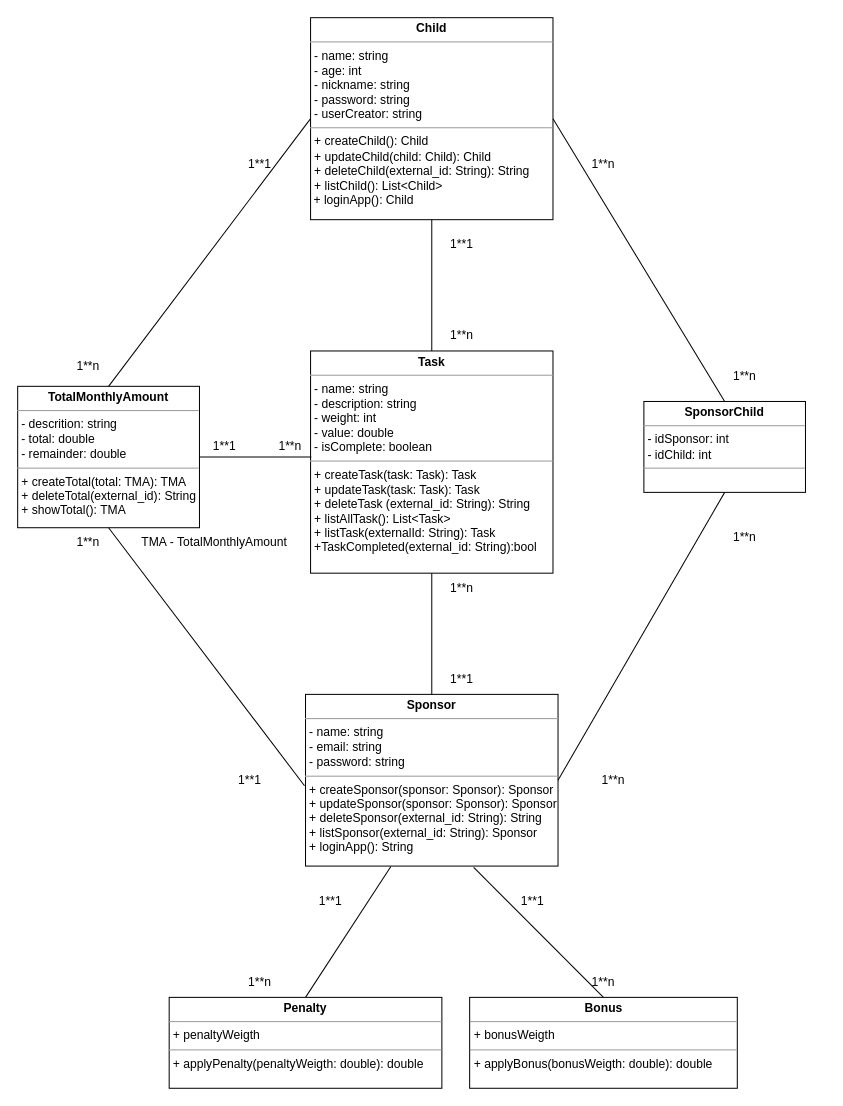
The draw.io diagram diagrama-de-classes/diagrama-de-classes.drawio in Matheus-Juliao/Projeto-Modelagem-De-Sistemas, before the edit. Source tidied: cells renumbered, new cells numbered last; positions are measured from the earlier drawing's top-left corner, leaving out a move shared by most shapes. Both pictures are drawn from the tidied source at 101%, with x=0, y=0 at pixel (17, 17).
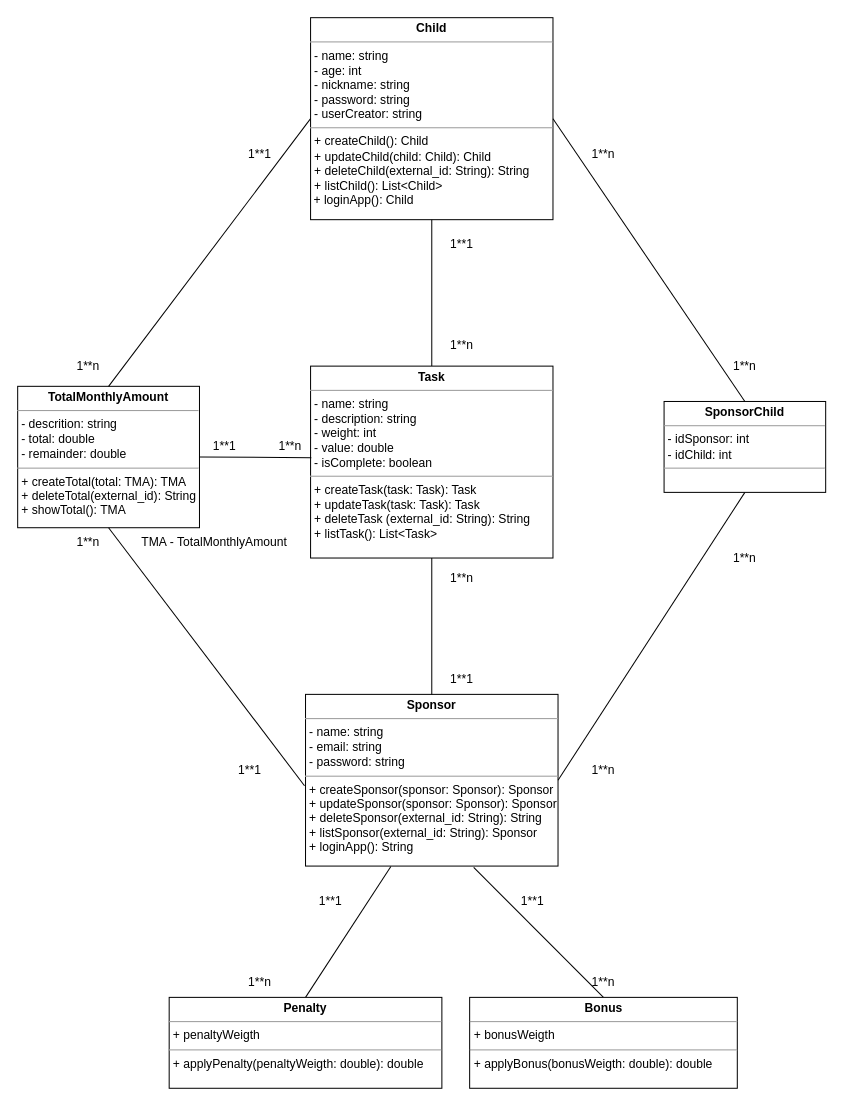
After the change.

Commit message (it also covers changes not shown here):
Completion of task CRUD

Change to the diagram source:
```diff
@@
-    <mxCell id="4" value="&lt;p style=&quot;margin:0px;margin-top:4px;text-align:center;&quot;&gt;&lt;b&gt;Task&lt;/b&gt;&lt;/p&gt;&lt;hr size=&quot;1&quot;&gt;&lt;p style=&quot;margin:0px;margin-left:4px;&quot;&gt;- name: string&lt;/p&gt;&lt;p style=&quot;margin:0px;margin-left:4px;&quot;&gt;- description: string&lt;span style=&quot;background-color: initial;&quot;&gt;&lt;br&gt;&lt;/span&gt;&lt;/p&gt;&lt;p style=&quot;margin:0px;margin-left:4px;&quot;&gt;&lt;span style=&quot;background-color: initial;&quot;&gt;- weight: int&lt;/span&gt;&lt;/p&gt;&lt;p style=&quot;margin:0px;margin-left:4px;&quot;&gt;&lt;span style=&quot;background-color: initial;&quot;&gt;- value: double&lt;/span&gt;&lt;/p&gt;&lt;p style=&quot;margin:0px;margin-left:4px;&quot;&gt;- isComplete: boolean&lt;/p&gt;&lt;hr style=&quot;border-color: var(--border-color);&quot; size=&quot;1&quot;&gt;&lt;p style=&quot;border-color: var(--border-color); margin: 0px 0px 0px 4px;&quot;&gt;+ createTask(task: Task): Task&lt;/p&gt;&lt;p style=&quot;border-color: var(--border-color); margin: 0px 0px 0px 4px;&quot;&gt;+ updateTask(task: Task): Task&lt;/p&gt;&lt;p style=&quot;border-color: var(--border-color); margin: 0px 0px 0px 4px;&quot;&gt;+ deleteTask (external_id: String): String&lt;/p&gt;&lt;p style=&quot;border-color: var(--border-color); margin: 0px 0px 0px 4px;&quot;&gt;+ listAllTask(): List&amp;lt;Task&amp;gt;&lt;/p&gt;&lt;p style=&quot;border-color: var(--border-color); margin: 0px 0px 0px 4px;&quot;&gt;+ listTask(externalId: String): Task&lt;/p&gt;&lt;p style=&quot;border-color: var(--border-color); margin: 0px 0px 0px 4px;&quot;&gt;+TaskCompleted(external_id: String):bool&lt;/p&gt;" style="verticalAlign=top;align=left;overflow=fill;fontSize=12;fontFamily=Helvetica;html=1;whiteSpace=wrap;" parent="1" vertex="1">
-      <mxGeometry x="290" y="330" width="240" height="220" as="geometry" />
+    <mxCell id="4" value="&lt;p style=&quot;margin:0px;margin-top:4px;text-align:center;&quot;&gt;&lt;b&gt;Task&lt;/b&gt;&lt;/p&gt;&lt;hr size=&quot;1&quot;&gt;&lt;p style=&quot;margin:0px;margin-left:4px;&quot;&gt;- name: string&lt;/p&gt;&lt;p style=&quot;margin:0px;margin-left:4px;&quot;&gt;- description: string&lt;span style=&quot;background-color: initial;&quot;&gt;&lt;br&gt;&lt;/span&gt;&lt;/p&gt;&lt;p style=&quot;margin:0px;margin-left:4px;&quot;&gt;&lt;span style=&quot;background-color: initial;&quot;&gt;- weight: int&lt;/span&gt;&lt;/p&gt;&lt;p style=&quot;margin:0px;margin-left:4px;&quot;&gt;&lt;span style=&quot;background-color: initial;&quot;&gt;- value: double&lt;/span&gt;&lt;/p&gt;&lt;p style=&quot;margin:0px;margin-left:4px;&quot;&gt;- isComplete: boolean&lt;/p&gt;&lt;hr style=&quot;border-color: var(--border-color);&quot; size=&quot;1&quot;&gt;&lt;p style=&quot;border-color: var(--border-color); margin: 0px 0px 0px 4px;&quot;&gt;+ createTask(task: Task): Task&lt;/p&gt;&lt;p style=&quot;border-color: var(--border-color); margin: 0px 0px 0px 4px;&quot;&gt;+ updateTask(task: Task): Task&lt;/p&gt;&lt;p style=&quot;border-color: var(--border-color); margin: 0px 0px 0px 4px;&quot;&gt;+ deleteTask (external_id: String): String&lt;/p&gt;&lt;p style=&quot;border-color: var(--border-color); margin: 0px 0px 0px 4px;&quot;&gt;+ listTask(): List&amp;lt;Task&amp;gt;&lt;/p&gt;" style="verticalAlign=top;align=left;overflow=fill;fontSize=12;fontFamily=Helvetica;html=1;whiteSpace=wrap;" parent="1" vertex="1">
+      <mxGeometry x="290" y="345" width="240" height="190" as="geometry" />
     </mxCell>
@@
     <mxCell id="7" value="&lt;p style=&quot;margin:0px;margin-top:4px;text-align:center;&quot;&gt;&lt;b&gt;SponsorChild&lt;/b&gt;&lt;/p&gt;&lt;hr size=&quot;1&quot;&gt;&lt;p style=&quot;margin:0px;margin-left:4px;&quot;&gt;&lt;span style=&quot;background-color: initial;&quot;&gt;- idSponsor: int&lt;/span&gt;&lt;br&gt;&lt;/p&gt;&lt;p style=&quot;margin:0px;margin-left:4px;&quot;&gt;- idChild: int&lt;/p&gt;&lt;hr size=&quot;1&quot;&gt;&lt;p style=&quot;margin:0px;margin-left:4px;&quot;&gt;&lt;br&gt;&lt;/p&gt;" style="verticalAlign=top;align=left;overflow=fill;fontSize=12;fontFamily=Helvetica;html=1;whiteSpace=wrap;" parent="1" vertex="1">
-      <mxGeometry x="620" y="380" width="160" height="90" as="geometry" />
+      <mxGeometry x="640" y="380" width="160" height="90" as="geometry" />
     </mxCell>
@@
     <mxCell id="12" value="1**n" style="text;html=1;strokeColor=none;fillColor=none;align=center;verticalAlign=middle;whiteSpace=wrap;rounded=0;" parent="1" vertex="1">
-      <mxGeometry x="410" y="300" width="60" height="30" as="geometry" />
+      <mxGeometry x="410" y="310" width="60" height="30" as="geometry" />
     </mxCell>
@@
     <mxCell id="14" value="1**n" style="text;html=1;strokeColor=none;fillColor=none;align=center;verticalAlign=middle;whiteSpace=wrap;rounded=0;" parent="1" vertex="1">
-      <mxGeometry x="410" y="550" width="60" height="30" as="geometry" />
+      <mxGeometry x="410" y="540" width="60" height="30" as="geometry" />
     </mxCell>
@@
     <mxCell id="16" value="1**n" style="text;html=1;strokeColor=none;fillColor=none;align=center;verticalAlign=middle;whiteSpace=wrap;rounded=0;" parent="1" vertex="1">
-      <mxGeometry x="550" y="130" width="60" height="30" as="geometry" />
+      <mxGeometry x="550" y="120" width="60" height="30" as="geometry" />
     </mxCell>
     <mxCell id="17" value="1**n" style="text;html=1;strokeColor=none;fillColor=none;align=center;verticalAlign=middle;whiteSpace=wrap;rounded=0;" parent="1" vertex="1">
-      <mxGeometry x="560" y="740" width="60" height="30" as="geometry" />
+      <mxGeometry x="550" y="730" width="60" height="30" as="geometry" />
     </mxCell>
@@
     <mxCell id="27" value="1**1" style="text;html=1;strokeColor=none;fillColor=none;align=center;verticalAlign=middle;whiteSpace=wrap;rounded=0;" parent="1" vertex="1">
-      <mxGeometry x="210" y="130" width="60" height="30" as="geometry" />
+      <mxGeometry x="210" y="120" width="60" height="30" as="geometry" />
     </mxCell>
@@
     <mxCell id="29" value="1**1" style="text;html=1;strokeColor=none;fillColor=none;align=center;verticalAlign=middle;whiteSpace=wrap;rounded=0;" parent="1" vertex="1">
-      <mxGeometry x="200" y="740" width="60" height="30" as="geometry" />
+      <mxGeometry x="200" y="730" width="60" height="30" as="geometry" />
     </mxCell>
@@
     <mxCell id="31" value="1**n" style="text;html=1;strokeColor=none;fillColor=none;align=center;verticalAlign=middle;whiteSpace=wrap;rounded=0;" parent="1" vertex="1">
-      <mxGeometry x="690" y="340" width="60" height="30" as="geometry" />
+      <mxGeometry x="690" y="330" width="60" height="30" as="geometry" />
     </mxCell>
     <mxCell id="32" value="1**n" style="text;html=1;strokeColor=none;fillColor=none;align=center;verticalAlign=middle;whiteSpace=wrap;rounded=0;" parent="1" vertex="1">
-      <mxGeometry x="690" y="500" width="60" height="30" as="geometry" />
+      <mxGeometry x="690" y="520" width="60" height="30" as="geometry" />
     </mxCell>
```
